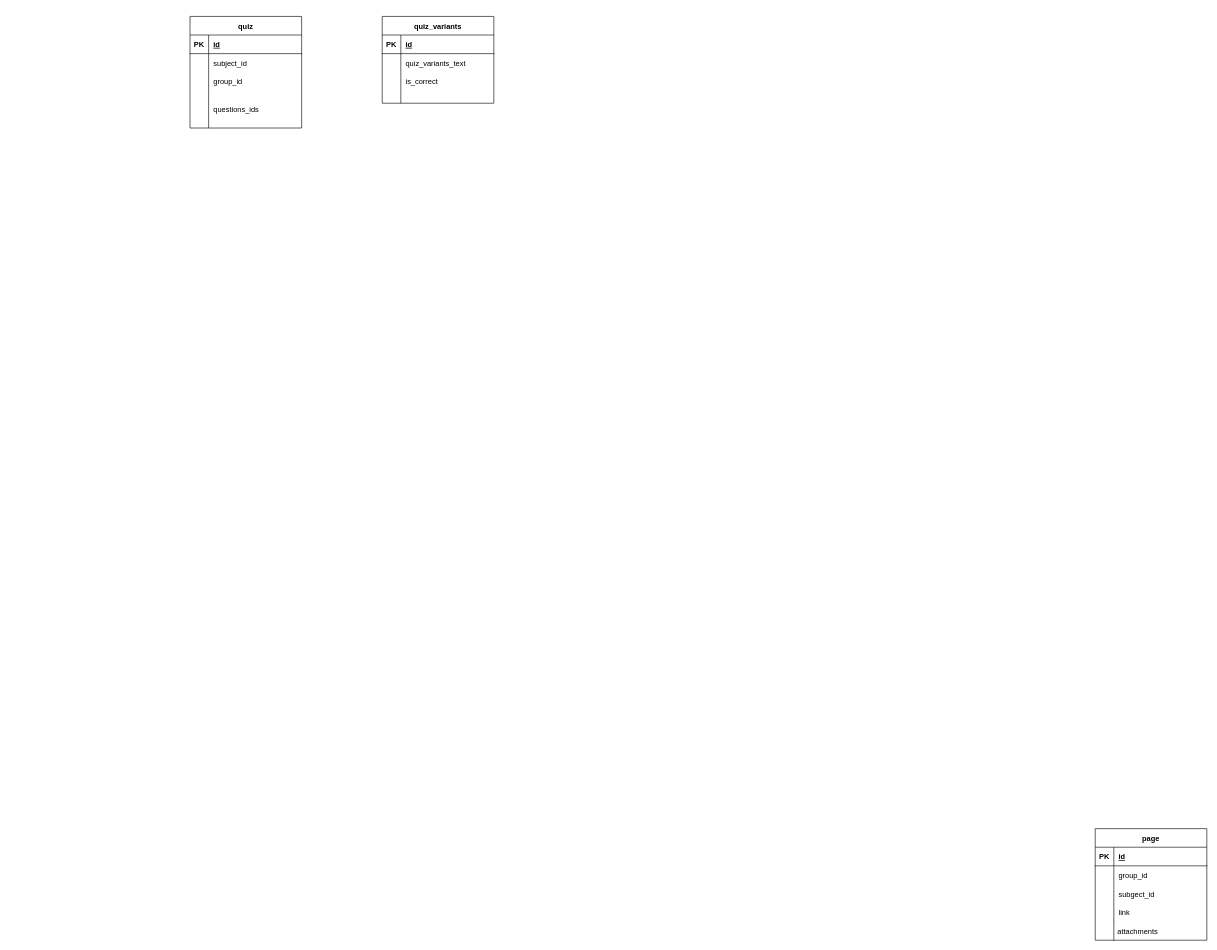
Before: Untitled Diagram.drawio in student-archive/backend, a draw.io diagram. Source tidied: cells renumbered, new cells numbered last; positions are measured from the earlier drawing's top-left corner, leaving out a move shared by most shapes. Both pictures are drawn from the tidied source at 62%, with x=0, y=0 at pixel (190, 16).
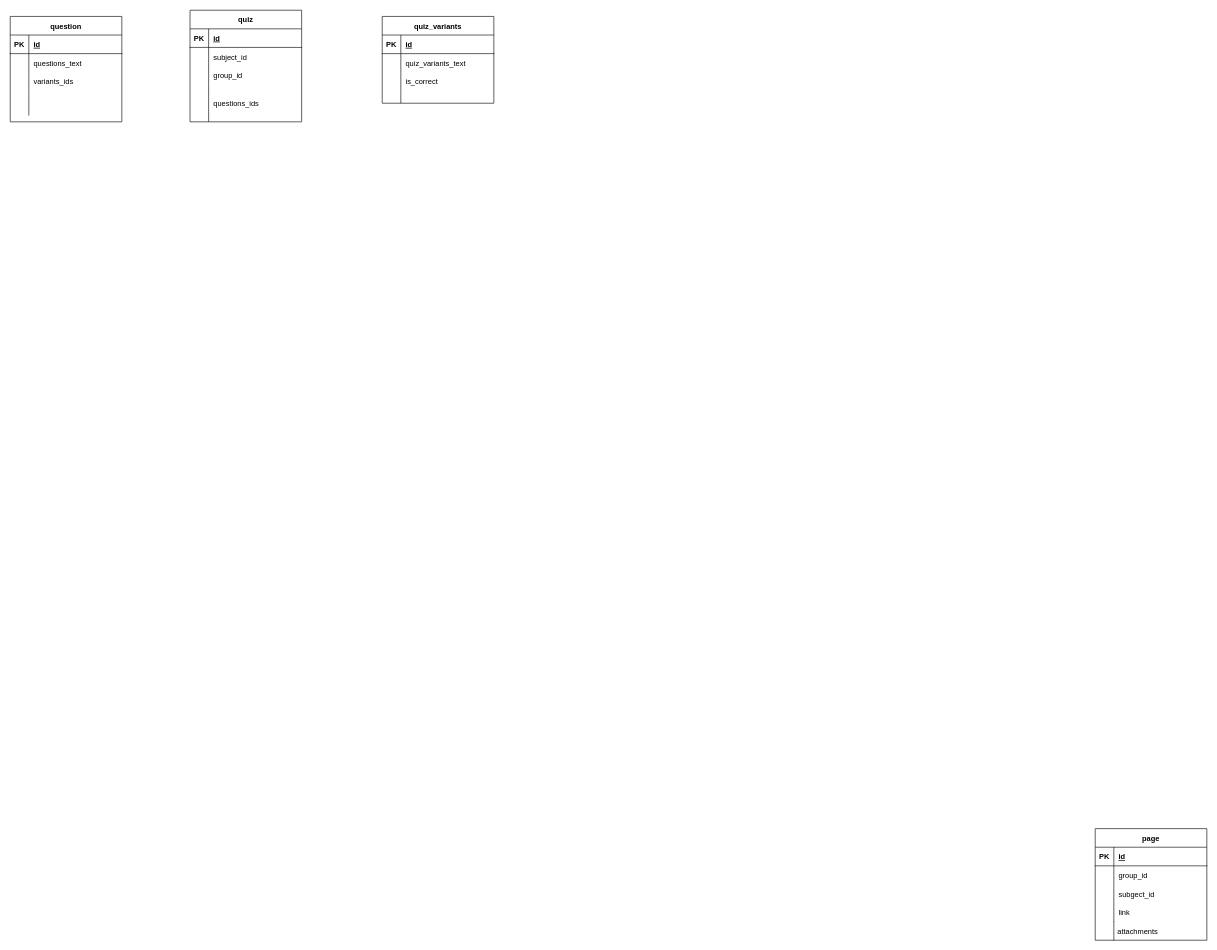
Above is the later version.

Commit message:
feat(databases); add question table

Change to the diagram source:
```diff
@@
     <mxCell id="15" value="quiz" style="shape=table;startSize=30;childLayout=tableLayout;rowLines=0;fontStyle=1;align=center;" parent="1" vertex="1">
-      <mxGeometry width="180" height="180" as="geometry" />
+      <mxGeometry y="-10" width="180" height="180" as="geometry" />
     </mxCell>
@@
+    <mxCell id="43" value="question" style="shape=table;startSize=30;childLayout=tableLayout;rowLines=0;fontStyle=1;align=center;" parent="1" vertex="1">
+      <mxGeometry x="-290" width="180" height="170" as="geometry" />
+    </mxCell>
+    <mxCell id="44" style="shape=tableRow;horizontal=0;startSize=0;swimlaneHead=0;swimlaneBody=0;fillColor=none;top=0;left=0;right=0;bottom=1;" parent="43" vertex="1">
+      <mxGeometry y="30" width="180" height="30" as="geometry" />
+    </mxCell>
+    <mxCell id="45" value="PK" style="shape=partialRectangle;fillColor=none;top=0;left=0;bottom=0;right=0;fontStyle=1;overflow=hidden;" parent="44" vertex="1">
+      <mxGeometry width="30" height="30" as="geometry" />
+    </mxCell>
+    <mxCell id="46" value="id" style="shape=partialRectangle;fillColor=none;top=0;left=0;bottom=0;right=0;align=left;spacingLeft=6;fontStyle=5;overflow=hidden;" parent="44" vertex="1">
+      <mxGeometry x="30" width="150" height="30" as="geometry" />
+    </mxCell>
+    <mxCell id="47" style="shape=tableRow;horizontal=0;startSize=0;swimlaneHead=0;swimlaneBody=0;fillColor=none;top=0;left=0;right=0;bottom=0;" parent="43" vertex="1">
+      <mxGeometry y="60" width="180" height="30" as="geometry" />
+    </mxCell>
+    <mxCell id="48" style="shape=partialRectangle;fillColor=none;top=0;left=0;bottom=0;right=0;overflow=hidden;" parent="47" vertex="1">
+      <mxGeometry width="30" height="30" as="geometry" />
+    </mxCell>
+    <mxCell id="49" value="questions_text" style="shape=partialRectangle;fillColor=none;top=0;left=0;bottom=0;right=0;align=left;spacingLeft=6;overflow=hidden;" parent="47" vertex="1">
+      <mxGeometry x="30" width="150" height="30" as="geometry" />
+    </mxCell>
+    <mxCell id="50" style="shape=tableRow;horizontal=0;startSize=0;swimlaneHead=0;swimlaneBody=0;fillColor=none;top=0;left=0;right=0;bottom=0;" parent="43" vertex="1">
+      <mxGeometry y="90" width="180" height="30" as="geometry" />
+    </mxCell>
+    <mxCell id="51" style="shape=partialRectangle;fillColor=none;top=0;left=0;bottom=0;right=0;overflow=hidden;" parent="50" vertex="1">
+      <mxGeometry width="30" height="30" as="geometry" />
+    </mxCell>
+    <mxCell id="52" value="variants_ids" style="shape=partialRectangle;fillColor=none;top=0;left=0;bottom=0;right=0;align=left;spacingLeft=6;overflow=hidden;" parent="50" vertex="1">
+      <mxGeometry x="30" width="150" height="30" as="geometry" />
+    </mxCell>
+    <mxCell id="53" style="shape=tableRow;horizontal=0;startSize=0;swimlaneHead=0;swimlaneBody=0;fillColor=none;top=0;left=0;right=0;bottom=0;" parent="43" vertex="1">
+      <mxGeometry y="120" width="180" height="40" as="geometry" />
+    </mxCell>
+    <mxCell id="54" style="shape=partialRectangle;fillColor=none;top=0;left=0;bottom=0;right=0;overflow=hidden;" parent="53" vertex="1">
+      <mxGeometry width="30" height="40" as="geometry" />
+    </mxCell>
+    <mxCell id="55" style="shape=partialRectangle;fillColor=none;top=0;left=0;bottom=0;right=0;align=left;spacingLeft=6;overflow=hidden;" parent="53" vertex="1">
+      <mxGeometry x="30" width="150" height="40" as="geometry" />
+    </mxCell>
```
